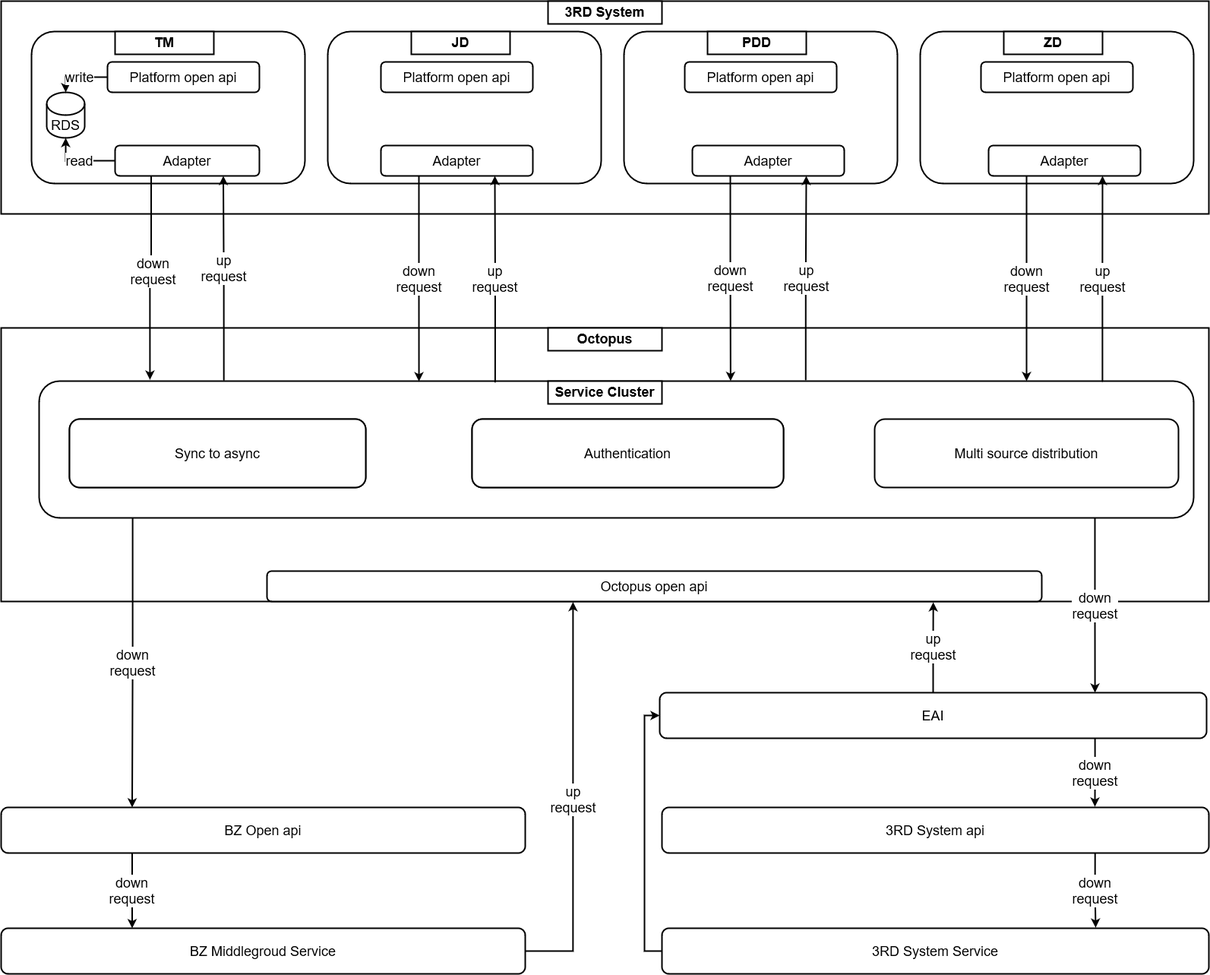
The draw.io diagram platform-integration-middleground.drawio.png in jackie-thank/beego-authz, before a commit. Source tidied: cells renumbered, new cells last; positions are measured from the earlier drawing's top-left corner, leaving out a move shared by most shapes.
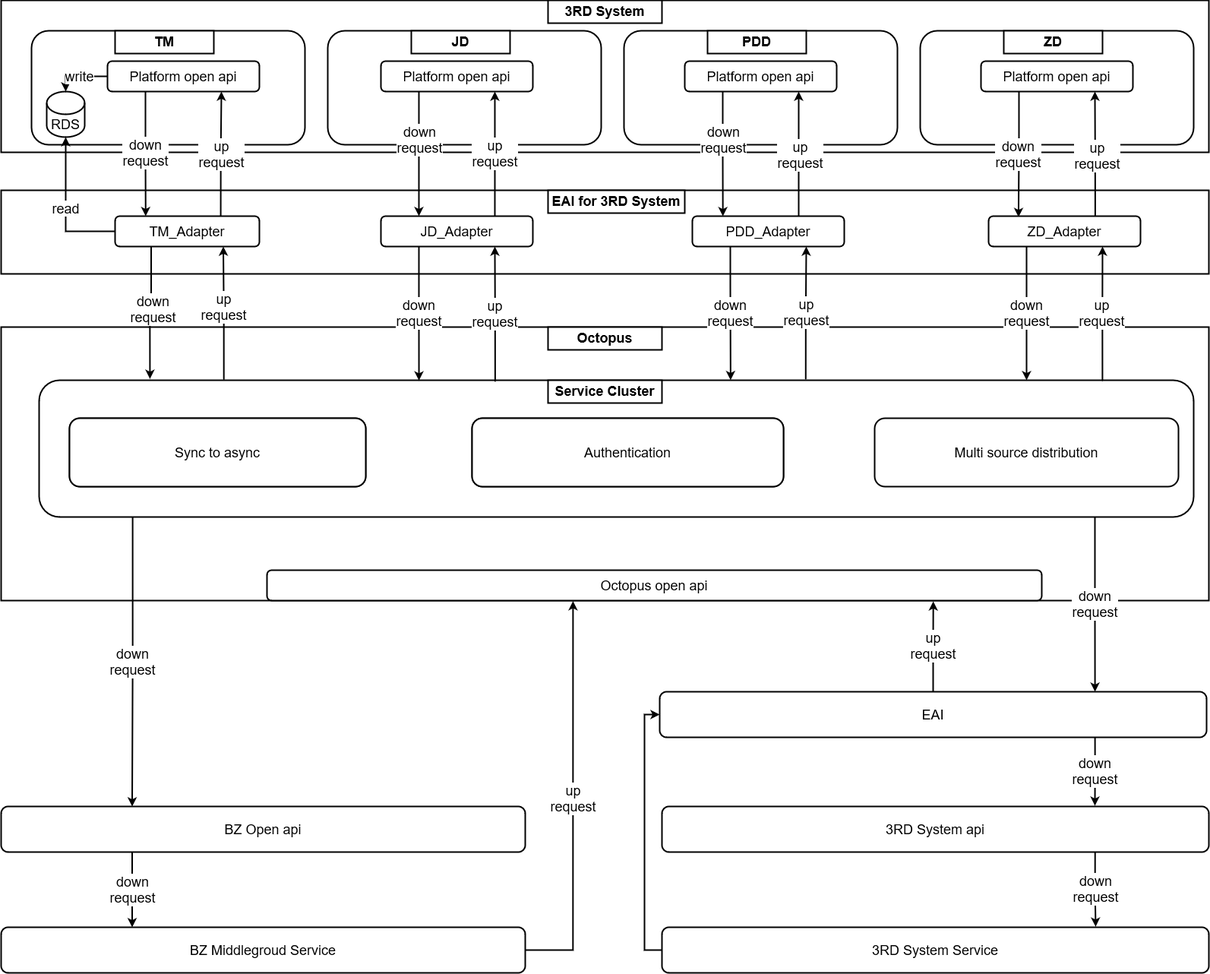
Above is the later version.

The edit, as a diff of the source:
```diff
@@ -2,6 +2,9 @@
   <root>
     <mxCell id="0" />
     <mxCell id="1" parent="0" />
+    <mxCell id="56" style="rounded=0;whiteSpace=wrap;html=1;strokeWidth=2;fontSize=18;" parent="1" vertex="1">
+      <mxGeometry y="250" width="1590" height="110" as="geometry" />
+    </mxCell>
     <mxCell id="2" style="rounded=0;whiteSpace=wrap;html=1;strokeWidth=2;fontSize=18;" parent="1" vertex="1">
       <mxGeometry y="430" width="1590" height="360" as="geometry" />
     </mxCell>
@@ -12,10 +15,10 @@
       <mxGeometry x="50" y="500" width="1520" height="180" as="geometry" />
     </mxCell>
     <mxCell id="5" style="rounded=0;whiteSpace=wrap;html=1;strokeWidth=2;fontSize=18;" parent="1" vertex="1">
-      <mxGeometry width="1590" height="280" as="geometry" />
+      <mxGeometry width="1590" height="200" as="geometry" />
     </mxCell>
     <mxCell id="6" style="rounded=1;whiteSpace=wrap;html=1;strokeWidth=2;" parent="1" vertex="1">
-      <mxGeometry x="40" y="40" width="360" height="200" as="geometry" />
+      <mxGeometry x="40" y="40" width="360" height="150" as="geometry" />
     </mxCell>
     <mxCell id="7" value="&lt;div style=&quot;font-size: 18px;&quot;&gt;TM&lt;/div&gt;" style="rounded=0;whiteSpace=wrap;html=1;strokeWidth=2;fontSize=18;fontStyle=1;" parent="1" vertex="1">
       <mxGeometry x="150" y="40" width="130" height="30" as="geometry" />
@@ -24,7 +27,7 @@
       <mxGeometry x="720" width="150" height="30" as="geometry" />
     </mxCell>
     <mxCell id="9" style="rounded=1;whiteSpace=wrap;html=1;strokeWidth=2;" parent="1" vertex="1">
-      <mxGeometry x="430" y="40" width="360" height="200" as="geometry" />
+      <mxGeometry x="430" y="40" width="360" height="150" as="geometry" />
     </mxCell>
     <mxCell id="10" value="JD" style="rounded=0;whiteSpace=wrap;html=1;strokeWidth=2;fontSize=18;fontStyle=1;" parent="1" vertex="1">
       <mxGeometry x="540" y="40" width="130" height="30" as="geometry" />
@@ -38,42 +41,66 @@
     <mxCell id="13" value="&lt;div&gt;down&lt;/div&gt;&lt;div&gt;request&lt;br&gt;&lt;/div&gt;" style="edgeLabel;html=1;align=center;verticalAlign=middle;fontSize=18;" parent="12" vertex="1">
       <mxGeometry x="-0.06" y="2" relative="1" as="geometry" />
     </mxCell>
+    <mxCell id="57" value="&lt;div&gt;up &lt;br&gt;&lt;/div&gt;&lt;div&gt;request&lt;/div&gt;" style="edgeStyle=orthogonalEdgeStyle;rounded=0;jettySize=auto;html=1;exitX=0.732;exitY=-0.011;exitDx=0;exitDy=0;strokeWidth=2;fontSize=18;exitPerimeter=0;entryX=0.75;entryY=1;entryDx=0;entryDy=0;" parent="1" edge="1" source="14" target="16">
+      <mxGeometry relative="1" as="geometry" />
+    </mxCell>
-    <mxCell id="14" value="Adapter" style="rounded=1;whiteSpace=wrap;html=1;strokeWidth=2;fontSize=18;" parent="1" vertex="1">
-      <mxGeometry x="150" y="190" width="190" height="40" as="geometry" />
+    <mxCell id="14" value="TM_Adapter" style="rounded=1;whiteSpace=wrap;html=1;strokeWidth=2;fontSize=18;" parent="1" vertex="1">
+      <mxGeometry x="150" y="284" width="190" height="40" as="geometry" />
     </mxCell>
     <mxCell id="15" value="write" style="edgeStyle=orthogonalEdgeStyle;rounded=0;jettySize=auto;html=1;exitX=0;exitY=0.5;exitDx=0;exitDy=0;entryX=0.5;entryY=0;entryDx=0;entryDy=0;entryPerimeter=0;fontSize=18;strokeWidth=2;" parent="1" edge="1" source="16" target="17">
       <mxGeometry relative="1" as="geometry" />
     </mxCell>
+    <mxCell id="58" value="&lt;div&gt;down&lt;/div&gt;&lt;div&gt;request&lt;/div&gt;" style="edgeStyle=orthogonalEdgeStyle;rounded=0;jettySize=auto;html=1;exitX=0.25;exitY=1;exitDx=0;exitDy=0;entryX=0.212;entryY=0;entryDx=0;entryDy=0;entryPerimeter=0;strokeWidth=2;fontSize=18;" parent="1" edge="1" source="16" target="14">
+      <mxGeometry relative="1" as="geometry" />
+    </mxCell>
     <mxCell id="16" value="Platform open api" style="rounded=1;whiteSpace=wrap;html=1;strokeWidth=2;fontSize=18;" parent="1" vertex="1">
       <mxGeometry x="140" y="80" width="200" height="40" as="geometry" />
     </mxCell>
     <mxCell id="17" value="RDS" style="shape=cylinder3;whiteSpace=wrap;html=1;boundedLbl=1;backgroundOutline=1;size=15;strokeWidth=2;fontSize=18;" parent="1" vertex="1">
       <mxGeometry x="60" y="120" width="50" height="60" as="geometry" />
     </mxCell>
+    <mxCell id="59" style="edgeStyle=orthogonalEdgeStyle;rounded=0;jettySize=auto;html=1;exitX=0.25;exitY=1;exitDx=0;exitDy=0;entryX=0.25;entryY=0;entryDx=0;entryDy=0;strokeWidth=2;fontSize=18;" parent="1" edge="1" source="18" target="20">
+      <mxGeometry relative="1" as="geometry" />
+    </mxCell>
+    <mxCell id="60" value="&lt;div&gt;down &lt;br&gt;&lt;/div&gt;&lt;div&gt;request&lt;br&gt;&lt;/div&gt;" style="edgeLabel;html=1;align=center;verticalAlign=middle;fontSize=18;" parent="59" vertex="1">
+      <mxGeometry x="-0.24" relative="1" as="geometry" />
+    </mxCell>
     <mxCell id="18" value="Platform open api" style="rounded=1;whiteSpace=wrap;html=1;strokeWidth=2;fontSize=18;" parent="1" vertex="1">
       <mxGeometry x="500" y="80" width="200" height="40" as="geometry" />
     </mxCell>
     <mxCell id="19" value="&lt;div&gt;down&lt;/div&gt;&lt;div&gt;request&lt;br&gt;&lt;/div&gt;" style="edgeStyle=orthogonalEdgeStyle;rounded=0;jettySize=auto;html=1;exitX=0.25;exitY=1;exitDx=0;exitDy=0;entryX=0.329;entryY=0.002;entryDx=0;entryDy=0;entryPerimeter=0;strokeWidth=2;fontSize=18;" parent="1" edge="1" source="20" target="4">
       <mxGeometry relative="1" as="geometry" />
     </mxCell>
+    <mxCell id="61" value="&lt;div&gt;up &lt;br&gt;&lt;/div&gt;&lt;div&gt;request&lt;/div&gt;" style="edgeStyle=orthogonalEdgeStyle;rounded=0;jettySize=auto;html=1;exitX=0.75;exitY=0;exitDx=0;exitDy=0;entryX=0.75;entryY=1;entryDx=0;entryDy=0;strokeWidth=2;fontSize=18;" parent="1" edge="1" source="20" target="18">
+      <mxGeometry relative="1" as="geometry" />
+    </mxCell>
-    <mxCell id="20" value="Adapter" style="rounded=1;whiteSpace=wrap;html=1;strokeWidth=2;fontSize=18;" parent="1" vertex="1">
-      <mxGeometry x="500" y="190" width="200" height="40" as="geometry" />
+    <mxCell id="20" value="JD_Adapter" style="rounded=1;whiteSpace=wrap;html=1;strokeWidth=2;fontSize=18;" parent="1" vertex="1">
+      <mxGeometry x="500" y="284" width="200" height="40" as="geometry" />
     </mxCell>
     <mxCell id="21" style="rounded=1;whiteSpace=wrap;html=1;strokeWidth=2;" parent="1" vertex="1">
-      <mxGeometry x="820" y="40" width="360" height="200" as="geometry" />
+      <mxGeometry x="820" y="40" width="360" height="150" as="geometry" />
     </mxCell>
     <mxCell id="22" value="PDD" style="rounded=0;whiteSpace=wrap;html=1;strokeWidth=2;fontSize=18;fontStyle=1;" parent="1" vertex="1">
       <mxGeometry x="930" y="40" width="130" height="30" as="geometry" />
     </mxCell>
     <mxCell id="23" style="rounded=1;whiteSpace=wrap;html=1;strokeWidth=2;" parent="1" vertex="1">
-      <mxGeometry x="1210" y="40" width="360" height="200" as="geometry" />
+      <mxGeometry x="1210" y="40" width="360" height="150" as="geometry" />
     </mxCell>
     <mxCell id="24" value="ZD" style="rounded=0;whiteSpace=wrap;html=1;strokeWidth=2;fontSize=18;fontStyle=1;" parent="1" vertex="1">
       <mxGeometry x="1320" y="40" width="130" height="30" as="geometry" />
     </mxCell>
+    <mxCell id="62" style="edgeStyle=orthogonalEdgeStyle;rounded=0;jettySize=auto;html=1;exitX=0.25;exitY=1;exitDx=0;exitDy=0;entryX=0.201;entryY=0.003;entryDx=0;entryDy=0;entryPerimeter=0;strokeWidth=2;fontSize=18;" parent="1" edge="1" source="25" target="51">
+      <mxGeometry relative="1" as="geometry" />
+    </mxCell>
+    <mxCell id="63" value="&lt;div&gt;down&lt;/div&gt;&lt;div&gt;request&lt;/div&gt;" style="edgeLabel;html=1;align=center;verticalAlign=middle;fontSize=18;" parent="62" vertex="1">
+      <mxGeometry x="-0.23" relative="1" as="geometry" />
+    </mxCell>
     <mxCell id="25" value="Platform open api" style="rounded=1;whiteSpace=wrap;html=1;strokeWidth=2;fontSize=18;" parent="1" vertex="1">
       <mxGeometry x="900" y="80" width="200" height="40" as="geometry" />
     </mxCell>
+    <mxCell id="64" value="&lt;div&gt;down&lt;/div&gt;&lt;div&gt;request&lt;br&gt;&lt;/div&gt;" style="edgeStyle=orthogonalEdgeStyle;rounded=0;jettySize=auto;html=1;exitX=0.25;exitY=1;exitDx=0;exitDy=0;entryX=0.197;entryY=0.03;entryDx=0;entryDy=0;entryPerimeter=0;strokeWidth=2;fontSize=18;" parent="1" edge="1" source="26" target="53">
+      <mxGeometry relative="1" as="geometry" />
+    </mxCell>
     <mxCell id="26" value="Platform open api" style="rounded=1;whiteSpace=wrap;html=1;strokeWidth=2;fontSize=18;" parent="1" vertex="1">
       <mxGeometry x="1290" y="80" width="200" height="40" as="geometry" />
     </mxCell>
@@ -153,16 +180,28 @@
     <mxCell id="50" value="&lt;div&gt;down&lt;/div&gt;&lt;div&gt;request&lt;br&gt;&lt;/div&gt;" style="edgeStyle=orthogonalEdgeStyle;rounded=0;jettySize=auto;html=1;exitX=0.25;exitY=1;exitDx=0;exitDy=0;entryX=0.604;entryY=0.194;entryDx=0;entryDy=0;entryPerimeter=0;strokeWidth=2;fontSize=18;" parent="1" edge="1" source="51" target="2">
       <mxGeometry relative="1" as="geometry" />
     </mxCell>
+    <mxCell id="65" style="edgeStyle=orthogonalEdgeStyle;rounded=0;jettySize=auto;html=1;exitX=0.7;exitY=0.027;exitDx=0;exitDy=0;entryX=0.75;entryY=1;entryDx=0;entryDy=0;strokeWidth=2;fontSize=18;exitPerimeter=0;" parent="1" edge="1" source="51" target="25">
+      <mxGeometry relative="1" as="geometry" />
+    </mxCell>
+    <mxCell id="66" value="&lt;div&gt;up&lt;/div&gt;&lt;div&gt;request&lt;br&gt;&lt;/div&gt;" style="edgeLabel;html=1;align=center;verticalAlign=middle;fontSize=18;" parent="65" vertex="1">
+      <mxGeometry x="-0.01" y="-1" relative="1" as="geometry" />
+    </mxCell>
-    <mxCell id="51" value="Adapter" style="rounded=1;whiteSpace=wrap;html=1;strokeWidth=2;fontSize=18;" parent="1" vertex="1">
-      <mxGeometry x="910" y="190" width="200" height="40" as="geometry" />
+    <mxCell id="51" value="PDD_Adapter" style="rounded=1;whiteSpace=wrap;html=1;strokeWidth=2;fontSize=18;" parent="1" vertex="1">
+      <mxGeometry x="910" y="284" width="200" height="40" as="geometry" />
     </mxCell>
     <mxCell id="52" value="&lt;div&gt;down&lt;/div&gt;&lt;div&gt;request&lt;br&gt;&lt;/div&gt;" style="edgeStyle=orthogonalEdgeStyle;rounded=0;jettySize=auto;html=1;exitX=0.25;exitY=1;exitDx=0;exitDy=0;strokeWidth=2;fontSize=18;" parent="1" edge="1" source="53">
       <mxGeometry relative="1" as="geometry">
         <mxPoint x="1350" y="500" as="targetPoint" />
       </mxGeometry>
     </mxCell>
+    <mxCell id="67" style="edgeStyle=orthogonalEdgeStyle;rounded=0;jettySize=auto;html=1;exitX=0.702;exitY=0.013;exitDx=0;exitDy=0;entryX=0.75;entryY=1;entryDx=0;entryDy=0;strokeWidth=2;fontSize=18;exitPerimeter=0;" parent="1" edge="1" source="53" target="26">
+      <mxGeometry relative="1" as="geometry" />
+    </mxCell>
+    <mxCell id="68" value="&lt;div&gt;up&lt;/div&gt;&lt;div&gt;request&lt;br&gt;&lt;/div&gt;" style="edgeLabel;html=1;align=center;verticalAlign=middle;fontSize=18;" parent="67" vertex="1">
+      <mxGeometry x="-0.03" y="-2" relative="1" as="geometry" />
+    </mxCell>
-    <mxCell id="53" value="Adapter" style="rounded=1;whiteSpace=wrap;html=1;strokeWidth=2;fontSize=18;" parent="1" vertex="1">
-      <mxGeometry x="1300" y="190" width="200" height="40" as="geometry" />
+    <mxCell id="53" value="ZD_Adapter" style="rounded=1;whiteSpace=wrap;html=1;strokeWidth=2;fontSize=18;" parent="1" vertex="1">
+      <mxGeometry x="1300" y="284" width="200" height="40" as="geometry" />
     </mxCell>
     <mxCell id="54" value="&lt;div&gt;up&lt;/div&gt;&lt;div&gt;request&lt;br&gt;&lt;/div&gt;" style="edgeStyle=orthogonalEdgeStyle;rounded=0;jettySize=auto;html=1;exitX=0.664;exitY=-0.006;exitDx=0;exitDy=0;entryX=0.75;entryY=1;entryDx=0;entryDy=0;strokeWidth=2;fontSize=18;exitPerimeter=0;" parent="1" edge="1" source="4" target="51">
       <mxGeometry relative="1" as="geometry" />
@@ -170,5 +209,8 @@
     <mxCell id="55" value="&lt;div&gt;up&lt;/div&gt;&lt;div&gt;request&lt;br&gt;&lt;/div&gt;" style="edgeStyle=orthogonalEdgeStyle;rounded=0;jettySize=auto;html=1;exitX=0.921;exitY=0.006;exitDx=0;exitDy=0;entryX=0.75;entryY=1;entryDx=0;entryDy=0;strokeWidth=2;fontSize=18;exitPerimeter=0;" parent="1" edge="1" source="4" target="53">
       <mxGeometry relative="1" as="geometry" />
     </mxCell>
+    <mxCell id="69" value="EAI for 3RD System" style="rounded=0;whiteSpace=wrap;html=1;strokeWidth=2;fontSize=18;fontStyle=1;" parent="1" vertex="1">
+      <mxGeometry x="720" y="250" width="180" height="30" as="geometry" />
+    </mxCell>
   </root>
 </mxGraphModel>
```
